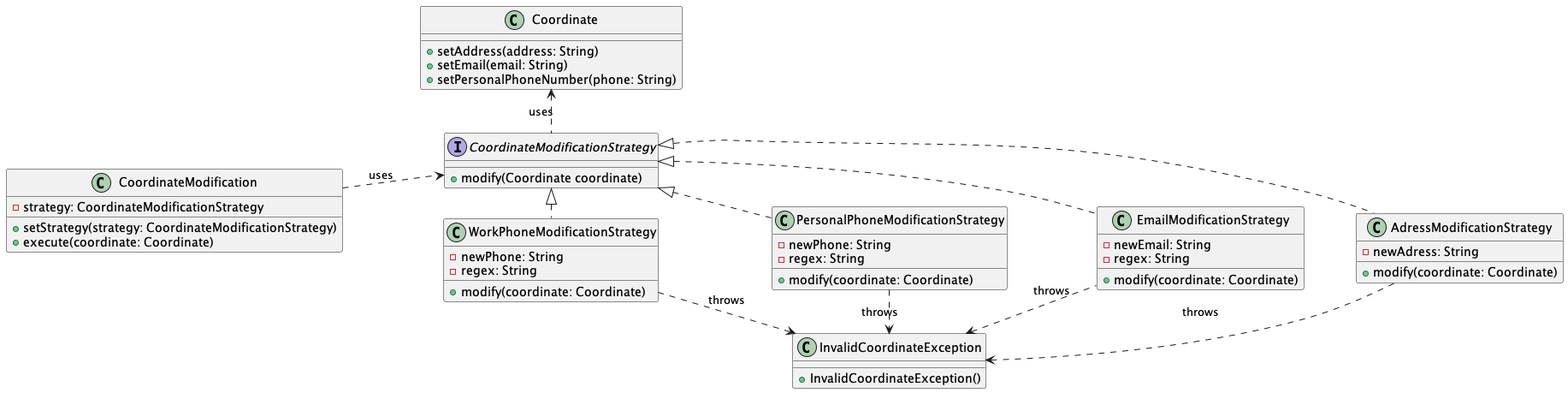
KevenJAntenor/Quebec-Centralized-Medical-Record-System keeps this PlantUML diagram as plantUml-partie2/strategy-class.png. Above is the earlier version. Source of this version:
```plantuml
@startuml
left to right direction
class InvalidCoordinateException {
    +InvalidCoordinateException()
}
interface CoordinateModificationStrategy {
    +modify(Coordinate coordinate)
}

class AdressModificationStrategy {
    -newAdress: String
    +modify(coordinate: Coordinate)
}

class EmailModificationStrategy {
    -newEmail: String
    -regex: String
    +modify(coordinate: Coordinate)
}

class PersonalPhoneModificationStrategy {
    -newPhone: String
    -regex: String
    +modify(coordinate: Coordinate)
}

class WorkPhoneModificationStrategy {
    -newPhone: String
    -regex: String
    +modify(coordinate: Coordinate)
}


class CoordinateModification {
    -strategy: CoordinateModificationStrategy
    +setStrategy(strategy: CoordinateModificationStrategy)
    +execute(coordinate: Coordinate)
}

class Coordinate {
    +setAddress(address: String)
    +setEmail(email: String)
    +setPersonalPhoneNumber(phone: String)
}

CoordinateModificationStrategy <|.r. EmailModificationStrategy
CoordinateModificationStrategy <|.r. PersonalPhoneModificationStrategy
CoordinateModificationStrategy <|.r. WorkPhoneModificationStrategy
CoordinateModificationStrategy <|.r. AdressModificationStrategy


InvalidCoordinateException <.. AdressModificationStrategy: throws
InvalidCoordinateException <.. EmailModificationStrategy: throws
InvalidCoordinateException <.l. PersonalPhoneModificationStrategy: throws
InvalidCoordinateException <.. WorkPhoneModificationStrategy: throws

CoordinateModification -r[hidden]-> WorkPhoneModificationStrategy
PersonalPhoneModificationStrategy -u[hidden]-> WorkPhoneModificationStrategy
PersonalPhoneModificationStrategy -d[hidden]-> EmailModificationStrategy
EmailModificationStrategy -d[hidden]-> AdressModificationStrategy

CoordinateModificationStrategy .l.> Coordinate: uses
CoordinateModification .d.> CoordinateModificationStrategy: uses
@enduml
```
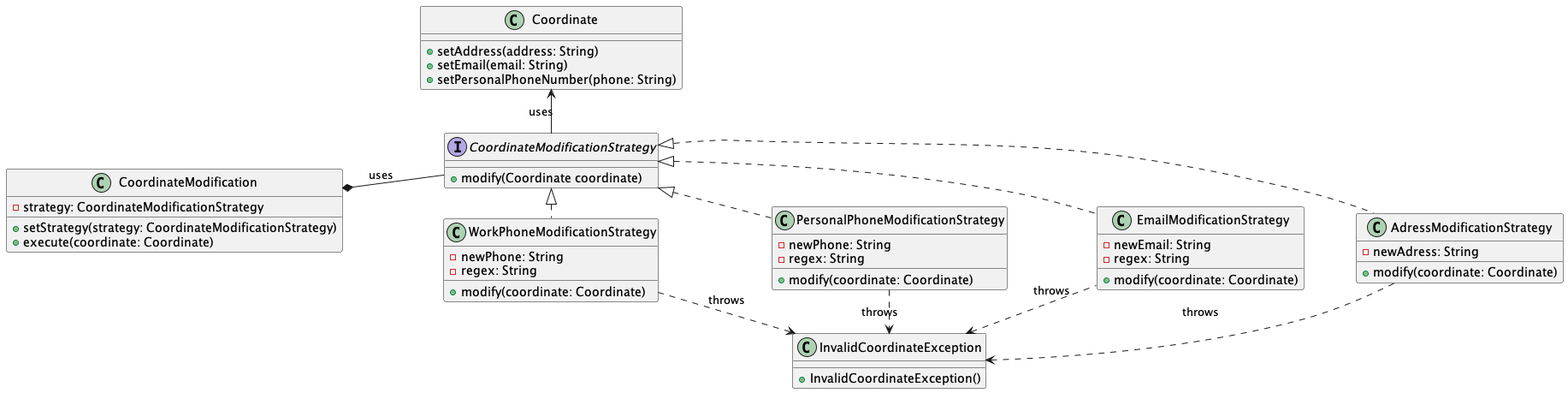
Above is the later version.

Commit message:
fix: the class diagram for strategy pattern

Diff of the diagram source:
```diff
@@ -59,6 +59,6 @@
 PersonalPhoneModificationStrategy -d[hidden]-> EmailModificationStrategy
 EmailModificationStrategy -d[hidden]-> AdressModificationStrategy
 
-CoordinateModificationStrategy .l.> Coordinate: uses
-CoordinateModification .d.> CoordinateModificationStrategy: uses
+CoordinateModificationStrategy -l-> Coordinate: uses
+CoordinateModification *-d- CoordinateModificationStrategy: uses
 @enduml
```
